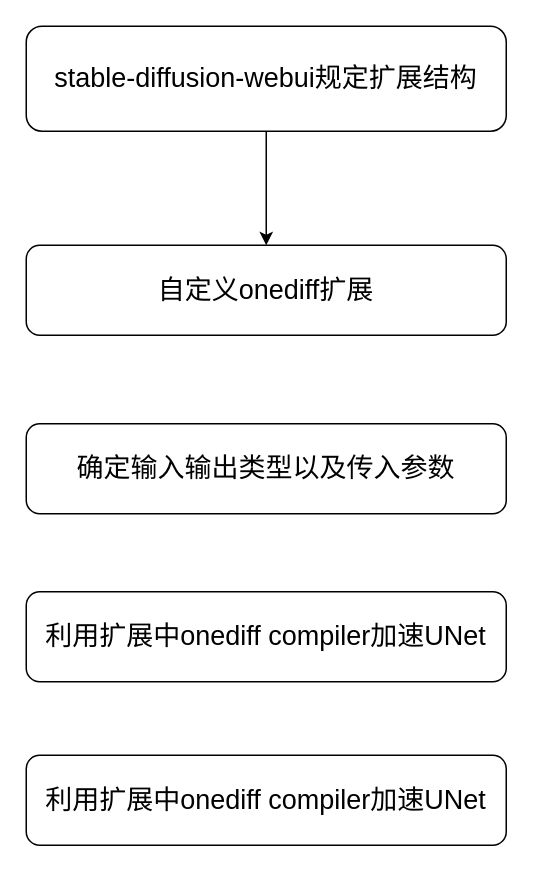
Earlier version of the draw.io diagram 未命名绘图.drawio (fmk345/pythonProject). Source tidied: cells renumbered, new cells numbered last; positions are measured from the earlier drawing's top-left corner, leaving out a move shared by most shapes. Both pictures are drawn from the tidied source at 150%, with x=0, y=0 at pixel (26, 26).
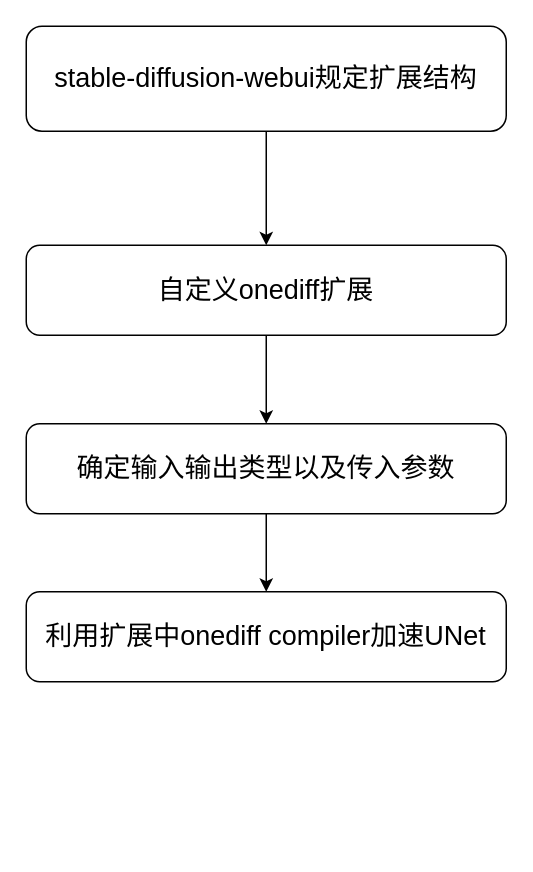
After the change.

Diff of the diagram source:
```diff
@@
 <mxGraphModel>
   <root>
     <mxCell id="0" />
     <mxCell id="1" parent="0" />
     <mxCell id="2" value="&lt;font style=&quot;font-size: 18px;&quot;&gt;stable-diffusion-webui规定扩展结构&lt;/font&gt;" style="rounded=1;whiteSpace=wrap;html=1;" parent="1" vertex="1">
       <mxGeometry width="320" height="70" as="geometry" />
     </mxCell>
     <mxCell id="3" style="endArrow=classic;html=1;rounded=0;exitX=0.5;exitY=1;exitDx=0;exitDy=0;entryX=0.5;entryY=0;entryDx=0;entryDy=0;" parent="1" edge="1" source="2" target="4">
       <mxGeometry relative="1" as="geometry" />
     </mxCell>
     <mxCell id="4" value="&lt;font style=&quot;font-size: 18px;&quot;&gt;自定义onediff扩展&lt;/font&gt;" style="rounded=1;whiteSpace=wrap;html=1;" parent="1" vertex="1">
       <mxGeometry y="146" width="320" height="60" as="geometry" />
     </mxCell>
     <mxCell id="5" value="&lt;span style=&quot;font-size: 18px;&quot;&gt;确定输入输出类型以及传入参数&lt;/span&gt;" style="rounded=1;whiteSpace=wrap;html=1;" parent="1" vertex="1">
       <mxGeometry y="265" width="320" height="60" as="geometry" />
     </mxCell>
     <mxCell id="6" value="&lt;span style=&quot;font-size: 18px;&quot;&gt;利用扩展中onediff compiler加速UNet&lt;/span&gt;" style="rounded=1;whiteSpace=wrap;html=1;" parent="1" vertex="1">
       <mxGeometry y="377" width="320" height="60" as="geometry" />
     </mxCell>
-    <mxCell id="7" value="&lt;span style=&quot;font-size: 18px;&quot;&gt;利用扩展中onediff compiler加速UNet&lt;/span&gt;" style="rounded=1;whiteSpace=wrap;html=1;" parent="1" vertex="1">
-      <mxGeometry y="486" width="320" height="60" as="geometry" />
-    </mxCell>
+    <mxCell id="8" style="endArrow=classic;html=1;rounded=0;exitX=0.5;exitY=1;exitDx=0;exitDy=0;entryX=0.5;entryY=0;entryDx=0;entryDy=0;" parent="1" edge="1" source="4" target="5">
+      <mxGeometry relative="1" as="geometry" />
+    </mxCell>
+    <mxCell id="9" style="endArrow=classic;html=1;rounded=0;exitX=0.5;exitY=1;exitDx=0;exitDy=0;entryX=0.5;entryY=0;entryDx=0;entryDy=0;" parent="1" edge="1" source="5" target="6">
+      <mxGeometry relative="1" as="geometry" />
+    </mxCell>
   </root>
 </mxGraphModel>
```
